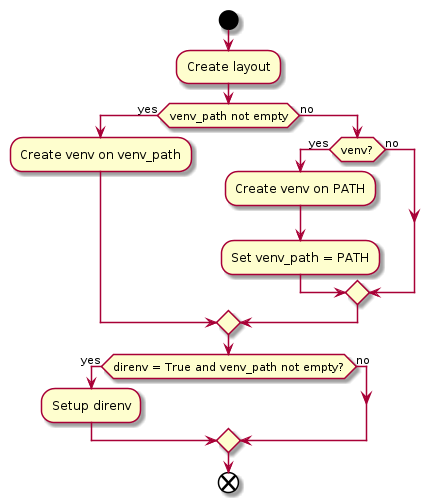
Before: docs/uml/project.png, a diagram exported from PlantUML (constrict0r/amanita).
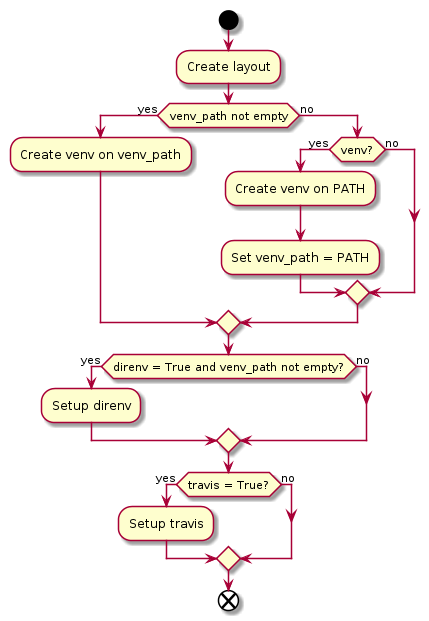
Later version of the same file.

Commit message:
Added travis ci configuration

Diff of the diagram source:
```diff
@@ -16,5 +16,11 @@
   :Setup direnv;
 else (no)
 endif
+
+if (travis = True?) then (yes)
+  :Setup travis;
+else (no)
+endif
+
 end
 @enduml
```
